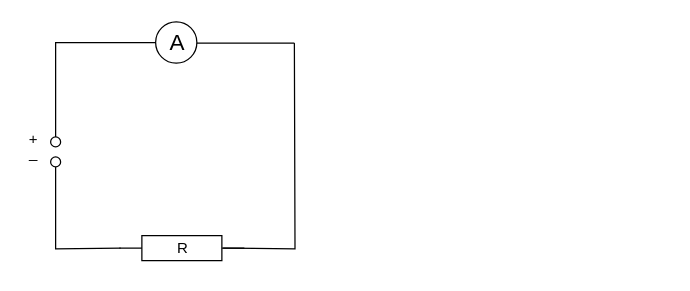
The draw.io diagram page "Page-3" (3 of 3) of stromkreise.drawio in JoernWVSG/diagram, before the edit. Source tidied: cells renumbered, new cells numbered last; positions are measured from the earlier drawing's top-left corner, leaving out a move shared by most shapes. Both pictures are drawn from the tidied source at 125%, with x=0, y=0 at pixel (21, 21).
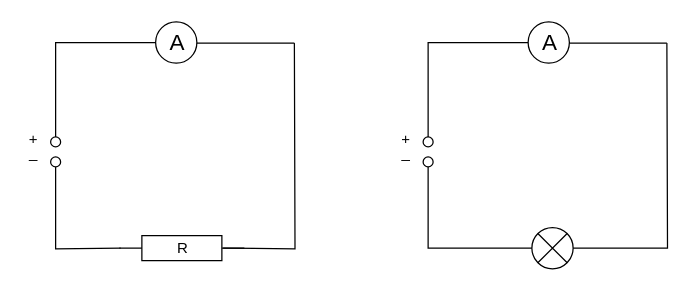
Above is the later version.

The edit, as a diff of the source:
```diff
@@
+    <mxCell id="14" style="verticalLabelPosition=bottom;shadow=0;dashed=0;align=center;html=1;verticalAlign=top;shape=mxgraph.electrical.abstract.multiplier;" parent="1" vertex="1">
+      <mxGeometry x="408" y="164.5" width="33" height="33" as="geometry" />
+    </mxCell>
+    <mxCell id="15" style="verticalLabelPosition=bottom;verticalAlign=top;html=1;shape=mxgraph.flowchart.on-page_reference;" parent="1" vertex="1">
+      <mxGeometry x="321" y="92" width="8" height="8" as="geometry" />
+    </mxCell>
+    <mxCell id="16" style="verticalLabelPosition=bottom;verticalAlign=top;html=1;shape=mxgraph.flowchart.on-page_reference;" parent="1" vertex="1">
+      <mxGeometry x="321" y="108" width="8" height="8" as="geometry" />
+    </mxCell>
+    <mxCell id="17" value="+" style="text;html=1;align=center;verticalAlign=middle;strokeColor=none;" parent="1" vertex="1">
+      <mxGeometry x="298" y="85" width="17" height="18" as="geometry" />
+    </mxCell>
+    <mxCell id="18" value="_" style="text;html=1;align=center;verticalAlign=middle;strokeColor=none;" parent="1" vertex="1">
+      <mxGeometry x="298" y="96" width="17" height="18" as="geometry" />
+    </mxCell>
+    <mxCell id="19" style="edgeStyle=orthogonalEdgeStyle;rounded=0;jettySize=auto;html=1;endArrow=none;endFill=0;exitX=1;exitY=0.5;exitDx=0;exitDy=0;exitPerimeter=0;" parent="1" edge="1" source="14">
+      <mxGeometry x="464" y="278" as="geometry">
+        <mxPoint x="516" y="17" as="targetPoint" />
+      </mxGeometry>
+    </mxCell>
+    <mxCell id="20" value="&lt;font style=&quot;font-size: 18px&quot;&gt;A&lt;/font&gt;" style="text;html=1;align=center;verticalAlign=middle;strokeColor=none;" parent="1" vertex="1">
+      <mxGeometry x="410.5" y="6.5" width="22" height="20" as="geometry" />
+    </mxCell>
+    <mxCell id="21" style="edgeStyle=orthogonalEdgeStyle;rounded=0;jettySize=auto;html=1;entryX=0.5;entryY=1;entryDx=0;entryDy=0;entryPerimeter=0;endArrow=none;endFill=0;exitX=0;exitY=0.5;exitDx=0;exitDy=0;exitPerimeter=0;" parent="1" edge="1" source="14" target="16">
+      <mxGeometry x="464" y="278" as="geometry" />
+    </mxCell>
+    <mxCell id="22" style="strokeWidth=1;html=1;shape=mxgraph.flowchart.start_2;whiteSpace=wrap;verticalAlign=top;fillColor=none;" parent="1" vertex="1">
+      <mxGeometry x="405" width="33" height="33" as="geometry" />
+    </mxCell>
+    <mxCell id="23" style="edgeStyle=orthogonalEdgeStyle;rounded=0;jettySize=auto;html=1;entryX=0.5;entryY=0;entryDx=0;entryDy=0;entryPerimeter=0;endArrow=none;endFill=0;exitX=0;exitY=0.5;exitDx=0;exitDy=0;exitPerimeter=0;" parent="1" edge="1" source="22" target="15">
+      <mxGeometry relative="1" as="geometry" />
+    </mxCell>
+    <mxCell id="24" style="edgeStyle=orthogonalEdgeStyle;rounded=0;jettySize=auto;html=1;endArrow=none;endFill=0;exitX=1;exitY=0.5;exitDx=0;exitDy=0;exitPerimeter=0;" parent="1" edge="1" source="22">
+      <mxGeometry relative="1" as="geometry">
+        <mxPoint x="516" y="17" as="targetPoint" />
+        <Array as="points">
+          <mxPoint x="516" y="17" />
+        </Array>
+      </mxGeometry>
+    </mxCell>
```
